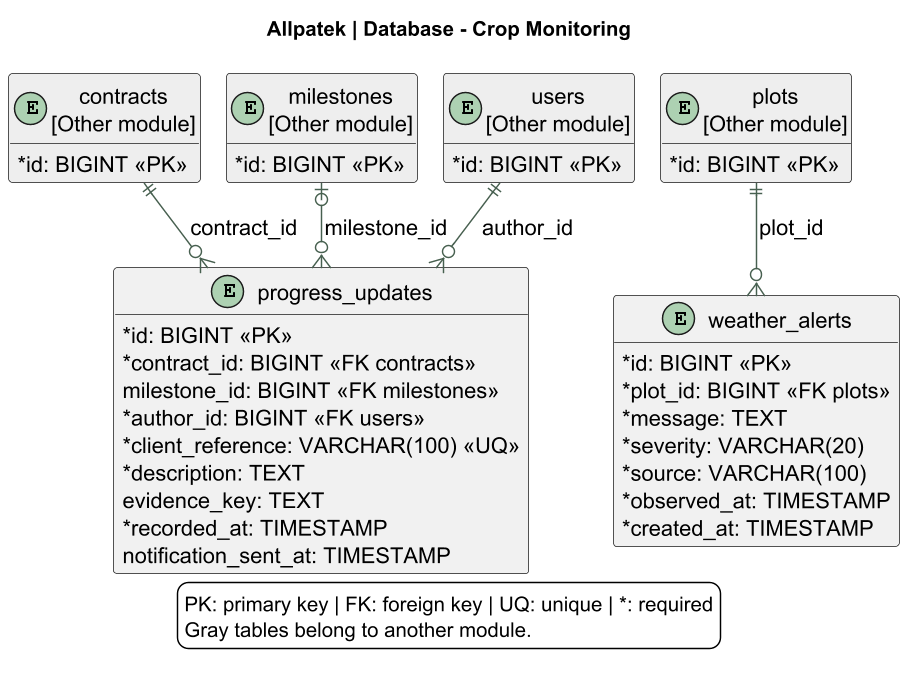
Before: assets/chapter-04/architecture/17-database-monitoring.png, a diagram exported from PlantUML (upc-pre-202620-1asi0729-7753-Terranova/allpatek-report). The source it was exported from:
```plantuml
@startuml
!pragma layout smetana
skinparam backgroundColor white
skinparam defaultFontName SansSerif
skinparam defaultFontSize 15
skinparam shadowing false
skinparam classAttributeIconSize 0
skinparam ArrowColor #476050
skinparam dpi 140
title Allpatek | Database - Crop Monitoring
top to bottom direction
hide methods
entity "progress_updates" as progress_updates {
 {field} * id: BIGINT <<PK>>
 {field} * contract_id: BIGINT <<FK contracts>>
 {field} milestone_id: BIGINT <<FK milestones>>
 {field} * author_id: BIGINT <<FK users>>
 {field} * client_reference: VARCHAR(100) <<UQ>>
 {field} * description: TEXT
 {field} evidence_key: TEXT
 {field} * recorded_at: TIMESTAMP
 {field} notification_sent_at: TIMESTAMP
}
entity "weather_alerts" as weather_alerts {
 {field} * id: BIGINT <<PK>>
 {field} * plot_id: BIGINT <<FK plots>>
 {field} * message: TEXT
 {field} * severity: VARCHAR(20)
 {field} * source: VARCHAR(100)
 {field} * observed_at: TIMESTAMP
 {field} * created_at: TIMESTAMP
}
entity "contracts\n[Other module]" as contracts #EEEEEE {
 * id: BIGINT <<PK>>
}
entity "plots\n[Other module]" as plots #EEEEEE {
 * id: BIGINT <<PK>>
}
entity "milestones\n[Other module]" as milestones #EEEEEE {
 * id: BIGINT <<PK>>
}
entity "users\n[Other module]" as users #EEEEEE {
 * id: BIGINT <<PK>>
}
contracts ||--o{ progress_updates : contract_id
milestones |o--o{ progress_updates : milestone_id
users ||--o{ progress_updates : author_id
plots ||--o{ weather_alerts : plot_id
legend bottom
PK: primary key | FK: foreign key | UQ: unique | *: required
Gray tables belong to another module.
endlegend
@enduml
```
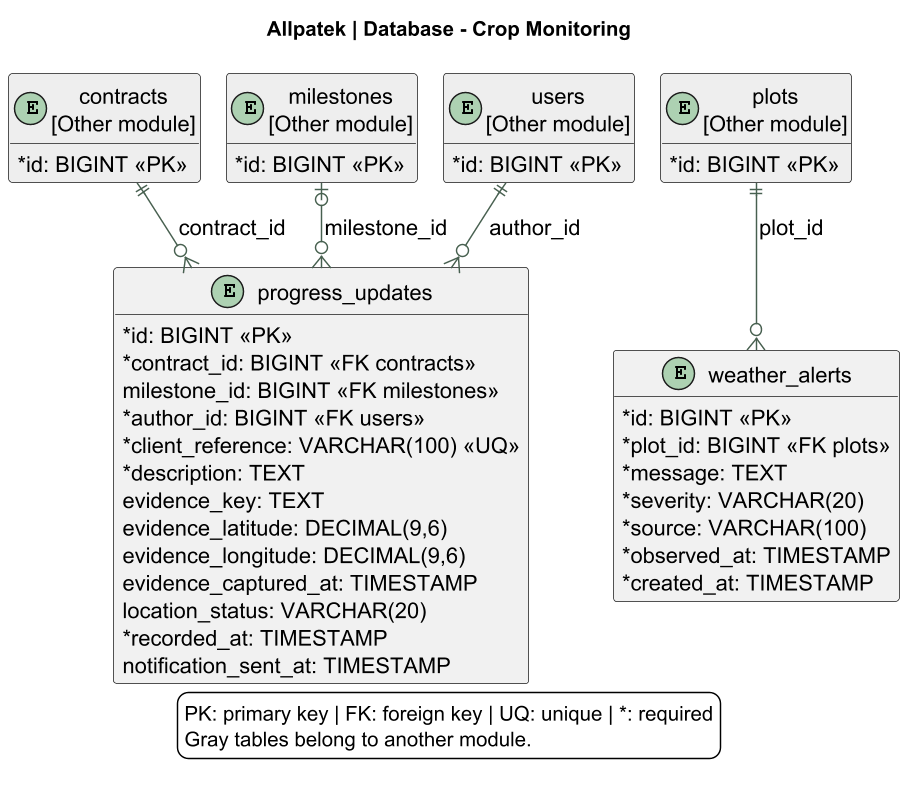
Later version of the same file.

Change to the diagram source:
```diff
@@ -18,6 +18,10 @@
  {field} * client_reference: VARCHAR(100) <<UQ>>
  {field} * description: TEXT
  {field} evidence_key: TEXT
+ {field} evidence_latitude: DECIMAL(9,6)
+ {field} evidence_longitude: DECIMAL(9,6)
+ {field} evidence_captured_at: TIMESTAMP
+ {field} location_status: VARCHAR(20)
  {field} * recorded_at: TIMESTAMP
  {field} notification_sent_at: TIMESTAMP
 }
```
